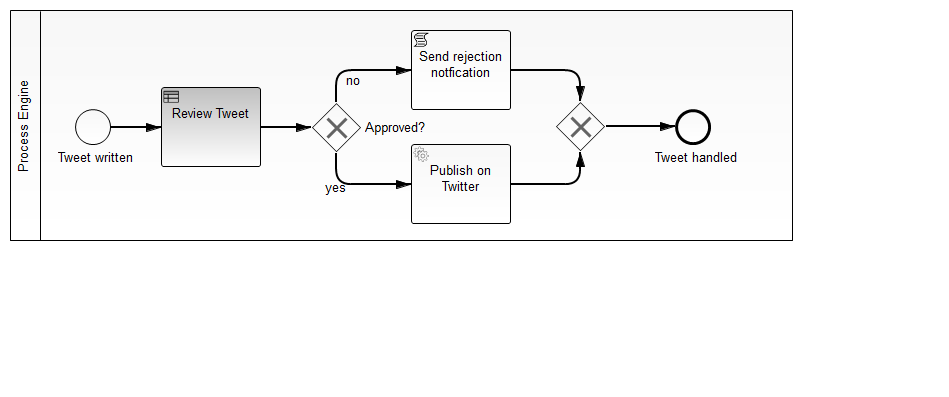
This is snippets/twitter-qa/src/main/resources/process.png from camunda-consulting/camunda-7-code-examples, a BPMN export, as it was before one commit. Its source is kept beside it as snippets/twitter-qa/src/main/resources/process.bpmn. Ids are renumbered.
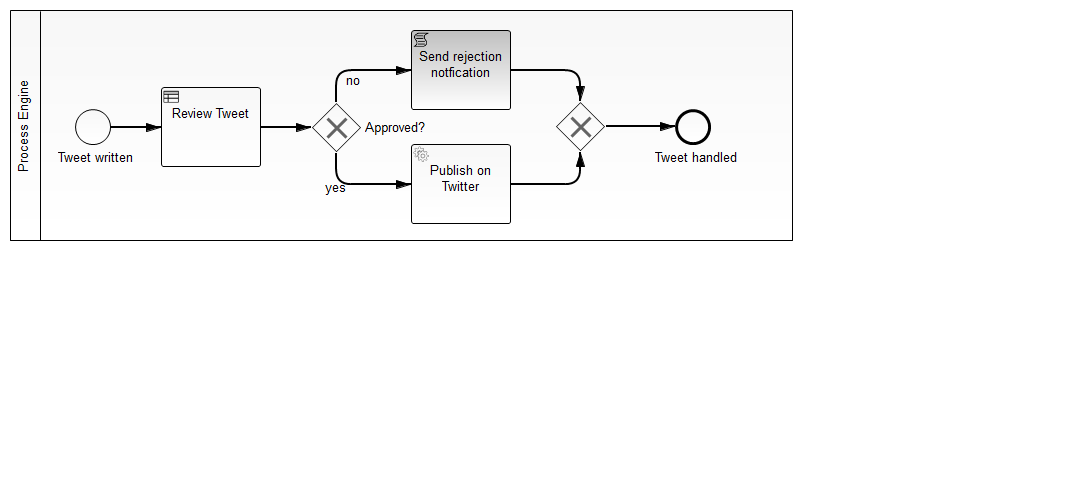
After the change.

Diff of the diagram source:
```diff
@@ -9,14 +9,7 @@
     <bpmn2:endEvent id="EndEvent_1" name="Tweet handled">
       <bpmn2:incoming>SequenceFlow_8</bpmn2:incoming>
     </bpmn2:endEvent>
-    <bpmn2:businessRuleTask id="UserTask_1" camunda:decisionRef="tweet_approval" camunda:resultVariable="approved_str" name="Review Tweet">
-      <bpmn2:extensionElements>
-        <camunda:inputOutput>
-          <camunda:outputParameter name="approved">
-            <camunda:script scriptFormat="JavaScript">approved_str === 'true' ? true : false;</camunda:script>
-          </camunda:outputParameter>
-        </camunda:inputOutput>
-      </bpmn2:extensionElements>
+    <bpmn2:businessRuleTask id="UserTask_1" camunda:decisionRef="tweet_approval" camunda:resultVariable="approved" name="Review Tweet">
       <bpmn2:incoming>SequenceFlow_2</bpmn2:incoming>
       <bpmn2:outgoing>SequenceFlow_3</bpmn2:outgoing>
     </bpmn2:businessRuleTask>
@@ -37,7 +30,7 @@
     <bpmn2:scriptTask id="ServiceTask_2" name="Send rejection notfication" scriptFormat="JavaScript">
       <bpmn2:incoming>SequenceFlow_5</bpmn2:incoming>
       <bpmn2:outgoing>SequenceFlow_6</bpmn2:outgoing>
-      <bpmn2:script>println('Send rejection notification');</bpmn2:script>
+      <bpmn2:script>print('Send rejection notification');</bpmn2:script>
     </bpmn2:scriptTask>
     <bpmn2:sequenceFlow id="SequenceFlow_5" name="no" sourceRef="ExclusiveGateway_1" targetRef="ServiceTask_2">
       <bpmn2:conditionExpression xsi:type="bpmn2:tFormalExpression">${!approved}</bpmn2:conditionExpression>
```
